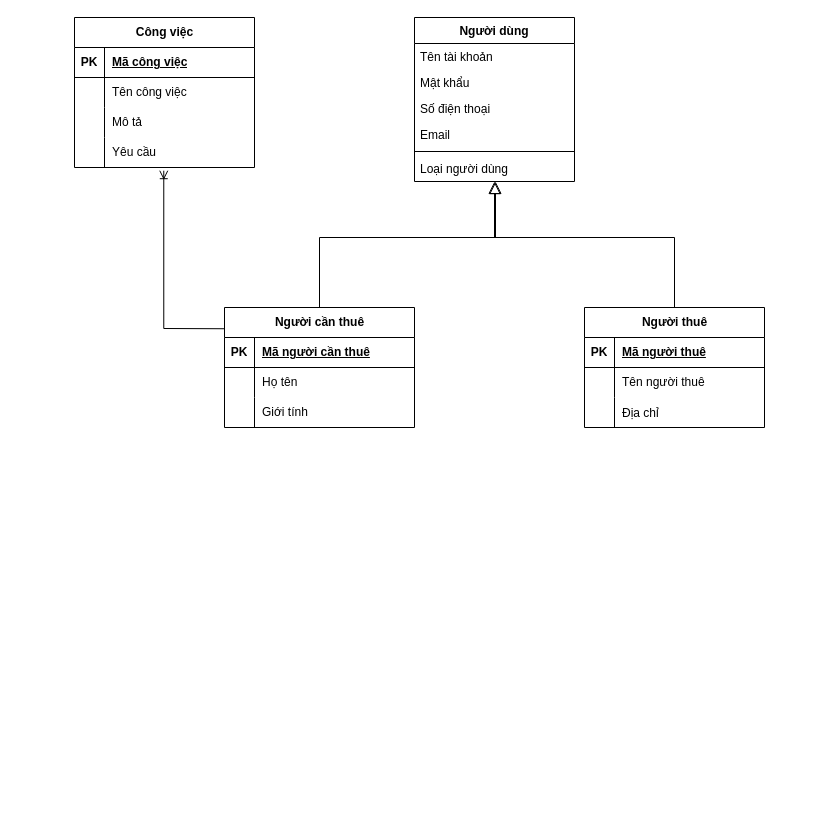
The draw.io diagram ThucThe.drawio in LeeTaDa/LeTatDat, before the edit. Source tidied: cells renumbered, new cells numbered last; positions are measured from the earlier drawing's top-left corner, leaving out a move shared by most shapes. Both pictures are drawn from the tidied source at 100%, with x=0, y=0 at pixel (74, 17).
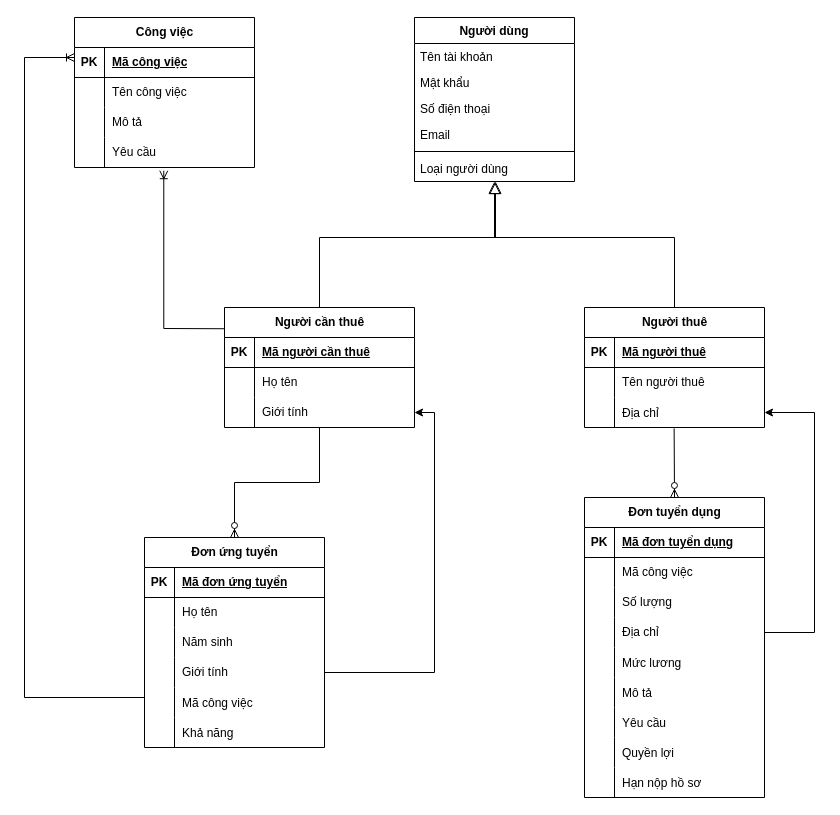
After the change.

The change refers to these unchanged cells:
```xml
<mxCell id="18" style="shape=tableRow;horizontal=0;startSize=0;swimlaneHead=0;swimlaneBody=0;fillColor=none;points=[[0,0.5],[1,0.5]];portConstraint=eastwest;top=0;left=0;right=0;bottom=0;" parent="11" vertex="1">
  <mxGeometry y="90" width="190" height="30" as="geometry" />
</mxCell>
<mxCell id="28" style="shape=tableRow;horizontal=0;startSize=0;swimlaneHead=0;swimlaneBody=0;fillColor=none;points=[[0,0.5],[1,0.5]];portConstraint=eastwest;top=0;left=0;right=0;bottom=0;" parent="21" vertex="1">
  <mxGeometry y="90" width="180" height="30" as="geometry" />
</mxCell>
```

Change to the diagram source:
```diff
@@
+    <mxCell id="45" value="Đơn tuyển dụng" style="shape=table;startSize=30;childLayout=tableLayout;rowLines=0;fontStyle=1;align=center;html=1;" parent="1" vertex="1">
+      <mxGeometry x="510" y="480" width="180" height="300" as="geometry" />
+    </mxCell>
+    <mxCell id="46" style="shape=tableRow;horizontal=0;startSize=0;swimlaneHead=0;swimlaneBody=0;fillColor=none;top=0;left=0;right=0;bottom=1;" parent="45" vertex="1">
+      <mxGeometry y="30" width="180" height="30" as="geometry" />
+    </mxCell>
+    <mxCell id="47" value="PK" style="shape=partialRectangle;fillColor=none;top=0;left=0;bottom=0;right=0;fontStyle=1;overflow=hidden;whiteSpace=wrap;html=1;" parent="46" vertex="1">
+      <mxGeometry width="30" height="30" as="geometry" />
+    </mxCell>
+    <mxCell id="48" value="Mã đơn tuyển dụng" style="shape=partialRectangle;fillColor=none;top=0;left=0;bottom=0;right=0;align=left;spacingLeft=6;fontStyle=5;overflow=hidden;whiteSpace=wrap;html=1;" parent="46" vertex="1">
+      <mxGeometry x="30" width="150" height="30" as="geometry" />
+    </mxCell>
+    <mxCell id="49" style="shape=tableRow;horizontal=0;startSize=0;swimlaneHead=0;swimlaneBody=0;fillColor=none;top=0;left=0;right=0;bottom=0;" parent="45" vertex="1">
+      <mxGeometry y="60" width="180" height="30" as="geometry" />
+    </mxCell>
+    <mxCell id="50" style="shape=partialRectangle;fillColor=none;top=0;left=0;bottom=0;right=0;overflow=hidden;whiteSpace=wrap;html=1;" parent="49" vertex="1">
+      <mxGeometry width="30" height="30" as="geometry" />
+    </mxCell>
+    <mxCell id="51" value="Mã công việc" style="shape=partialRectangle;fillColor=none;top=0;left=0;bottom=0;right=0;align=left;spacingLeft=6;overflow=hidden;whiteSpace=wrap;html=1;" parent="49" vertex="1">
+      <mxGeometry x="30" width="150" height="30" as="geometry" />
+    </mxCell>
+    <mxCell id="52" style="shape=tableRow;horizontal=0;startSize=0;swimlaneHead=0;swimlaneBody=0;fillColor=none;top=0;left=0;right=0;bottom=0;" parent="45" vertex="1">
+      <mxGeometry y="90" width="180" height="30" as="geometry" />
+    </mxCell>
+    <mxCell id="53" style="shape=partialRectangle;fillColor=none;top=0;left=0;bottom=0;right=0;overflow=hidden;whiteSpace=wrap;html=1;" parent="52" vertex="1">
+      <mxGeometry width="30" height="30" as="geometry" />
+    </mxCell>
+    <mxCell id="54" value="Số lượng&amp;nbsp;" style="shape=partialRectangle;fillColor=none;top=0;left=0;bottom=0;right=0;align=left;spacingLeft=6;overflow=hidden;whiteSpace=wrap;html=1;" parent="52" vertex="1">
+      <mxGeometry x="30" width="150" height="30" as="geometry" />
+    </mxCell>
+    <mxCell id="55" style="shape=tableRow;horizontal=0;startSize=0;swimlaneHead=0;swimlaneBody=0;fillColor=none;points=[[0,0.5],[1,0.5]];portConstraint=eastwest;top=0;left=0;right=0;bottom=0;" parent="45" vertex="1">
+      <mxGeometry y="120" width="180" height="30" as="geometry" />
+    </mxCell>
+    <mxCell id="56" style="shape=partialRectangle;fillColor=none;top=0;left=0;bottom=0;right=0;overflow=hidden;whiteSpace=wrap;html=1;" parent="55" vertex="1">
+      <mxGeometry width="30" height="30" as="geometry" />
+    </mxCell>
+    <mxCell id="57" value="Địa chỉ" style="shape=partialRectangle;fillColor=none;top=0;left=0;bottom=0;right=0;align=left;spacingLeft=6;overflow=hidden;whiteSpace=wrap;html=1;" parent="55" vertex="1">
+      <mxGeometry x="30" width="150" height="30" as="geometry" />
+    </mxCell>
+    <mxCell id="58" style="shape=tableRow;horizontal=0;startSize=0;swimlaneHead=0;swimlaneBody=0;fillColor=none;top=0;left=0;right=0;bottom=0;" parent="45" vertex="1">
+      <mxGeometry y="150" width="180" height="30" as="geometry" />
+    </mxCell>
+    <mxCell id="59" style="shape=partialRectangle;fillColor=none;top=0;left=0;bottom=0;right=0;overflow=hidden;" parent="58" vertex="1">
+      <mxGeometry width="30" height="30" as="geometry" />
+    </mxCell>
+    <mxCell id="60" value="Mức lương" style="shape=partialRectangle;fillColor=none;top=0;left=0;bottom=0;right=0;align=left;spacingLeft=6;overflow=hidden;" parent="58" vertex="1">
+      <mxGeometry x="30" width="150" height="30" as="geometry" />
+    </mxCell>
+    <mxCell id="61" style="shape=tableRow;horizontal=0;startSize=0;swimlaneHead=0;swimlaneBody=0;fillColor=none;top=0;left=0;right=0;bottom=0;" parent="45" vertex="1">
+      <mxGeometry y="180" width="180" height="30" as="geometry" />
+    </mxCell>
+    <mxCell id="62" style="shape=partialRectangle;fillColor=none;top=0;left=0;bottom=0;right=0;overflow=hidden;" parent="61" vertex="1">
+      <mxGeometry width="30" height="30" as="geometry" />
+    </mxCell>
+    <mxCell id="63" value="Mô tả" style="shape=partialRectangle;fillColor=none;top=0;left=0;bottom=0;right=0;align=left;spacingLeft=6;overflow=hidden;" parent="61" vertex="1">
+      <mxGeometry x="30" width="150" height="30" as="geometry" />
+    </mxCell>
+    <mxCell id="64" style="shape=tableRow;horizontal=0;startSize=0;swimlaneHead=0;swimlaneBody=0;fillColor=none;top=0;left=0;right=0;bottom=0;" parent="45" vertex="1">
+      <mxGeometry y="210" width="180" height="30" as="geometry" />
+    </mxCell>
+    <mxCell id="65" style="shape=partialRectangle;fillColor=none;top=0;left=0;bottom=0;right=0;overflow=hidden;" parent="64" vertex="1">
+      <mxGeometry width="30" height="30" as="geometry" />
+    </mxCell>
+    <mxCell id="66" value="Yêu cầu" style="shape=partialRectangle;fillColor=none;top=0;left=0;bottom=0;right=0;align=left;spacingLeft=6;overflow=hidden;" parent="64" vertex="1">
+      <mxGeometry x="30" width="150" height="30" as="geometry" />
+    </mxCell>
+    <mxCell id="67" style="shape=tableRow;horizontal=0;startSize=0;swimlaneHead=0;swimlaneBody=0;fillColor=none;top=0;left=0;right=0;bottom=0;" parent="45" vertex="1">
+      <mxGeometry y="240" width="180" height="30" as="geometry" />
+    </mxCell>
+    <mxCell id="68" style="shape=partialRectangle;fillColor=none;top=0;left=0;bottom=0;right=0;overflow=hidden;" parent="67" vertex="1">
+      <mxGeometry width="30" height="30" as="geometry" />
+    </mxCell>
+    <mxCell id="69" value="Quyền lợi" style="shape=partialRectangle;fillColor=none;top=0;left=0;bottom=0;right=0;align=left;spacingLeft=6;overflow=hidden;" parent="67" vertex="1">
+      <mxGeometry x="30" width="150" height="30" as="geometry" />
+    </mxCell>
+    <mxCell id="70" style="shape=tableRow;horizontal=0;startSize=0;swimlaneHead=0;swimlaneBody=0;fillColor=none;top=0;left=0;right=0;bottom=0;" parent="45" vertex="1">
+      <mxGeometry y="270" width="180" height="30" as="geometry" />
+    </mxCell>
+    <mxCell id="71" style="shape=partialRectangle;fillColor=none;top=0;left=0;bottom=0;right=0;overflow=hidden;" parent="70" vertex="1">
+      <mxGeometry width="30" height="30" as="geometry" />
+    </mxCell>
+    <mxCell id="72" value="Hạn nộp hồ sơ" style="shape=partialRectangle;fillColor=none;top=0;left=0;bottom=0;right=0;align=left;spacingLeft=6;overflow=hidden;" parent="70" vertex="1">
+      <mxGeometry x="30" width="150" height="30" as="geometry" />
+    </mxCell>
+    <mxCell id="73" style="fontSize=12;html=1;endArrow=ERzeroToMany;endFill=1;rounded=0;entryX=0.5;entryY=0;entryDx=0;entryDy=0;exitX=0.498;exitY=1.029;exitDx=0;exitDy=0;exitPerimeter=0;" parent="1" edge="1" source="28" target="45">
+      <mxGeometry relative="1" as="geometry" />
+    </mxCell>
+    <mxCell id="74" style="edgeStyle=elbowEdgeStyle;rounded=0;jettySize=auto;html=1;entryX=1;entryY=0.5;entryDx=0;entryDy=0;elbow=vertical;" parent="1" edge="1" source="55" target="28">
+      <mxGeometry relative="1" as="geometry">
+        <Array as="points">
+          <mxPoint x="740" y="498" />
+        </Array>
+      </mxGeometry>
+    </mxCell>
+    <mxCell id="75" value="Đơn ứng tuyển" style="shape=table;startSize=30;childLayout=tableLayout;rowLines=0;fontStyle=1;align=center;html=1;" parent="1" vertex="1">
+      <mxGeometry x="70" y="520" width="180" height="210" as="geometry" />
+    </mxCell>
+    <mxCell id="76" style="shape=tableRow;horizontal=0;startSize=0;swimlaneHead=0;swimlaneBody=0;fillColor=none;top=0;left=0;right=0;bottom=1;" parent="75" vertex="1">
+      <mxGeometry y="30" width="180" height="30" as="geometry" />
+    </mxCell>
+    <mxCell id="77" value="PK" style="shape=partialRectangle;fillColor=none;top=0;left=0;bottom=0;right=0;fontStyle=1;overflow=hidden;whiteSpace=wrap;html=1;" parent="76" vertex="1">
+      <mxGeometry width="30" height="30" as="geometry" />
+    </mxCell>
+    <mxCell id="78" value="Mã đơn ứng tuyển" style="shape=partialRectangle;fillColor=none;top=0;left=0;bottom=0;right=0;align=left;spacingLeft=6;fontStyle=5;overflow=hidden;whiteSpace=wrap;html=1;" parent="76" vertex="1">
+      <mxGeometry x="30" width="150" height="30" as="geometry" />
+    </mxCell>
+    <mxCell id="79" style="shape=tableRow;horizontal=0;startSize=0;swimlaneHead=0;swimlaneBody=0;fillColor=none;top=0;left=0;right=0;bottom=0;" parent="75" vertex="1">
+      <mxGeometry y="60" width="180" height="30" as="geometry" />
+    </mxCell>
+    <mxCell id="80" style="shape=partialRectangle;fillColor=none;top=0;left=0;bottom=0;right=0;overflow=hidden;whiteSpace=wrap;html=1;" parent="79" vertex="1">
+      <mxGeometry width="30" height="30" as="geometry" />
+    </mxCell>
+    <mxCell id="81" value="Họ tên" style="shape=partialRectangle;fillColor=none;top=0;left=0;bottom=0;right=0;align=left;spacingLeft=6;overflow=hidden;whiteSpace=wrap;html=1;" parent="79" vertex="1">
+      <mxGeometry x="30" width="150" height="30" as="geometry" />
+    </mxCell>
+    <mxCell id="82" style="shape=tableRow;horizontal=0;startSize=0;swimlaneHead=0;swimlaneBody=0;fillColor=none;top=0;left=0;right=0;bottom=0;" parent="75" vertex="1">
+      <mxGeometry y="90" width="180" height="30" as="geometry" />
+    </mxCell>
+    <mxCell id="83" style="shape=partialRectangle;fillColor=none;top=0;left=0;bottom=0;right=0;overflow=hidden;whiteSpace=wrap;html=1;" parent="82" vertex="1">
+      <mxGeometry width="30" height="30" as="geometry" />
+    </mxCell>
+    <mxCell id="84" value="Năm sinh" style="shape=partialRectangle;fillColor=none;top=0;left=0;bottom=0;right=0;align=left;spacingLeft=6;overflow=hidden;whiteSpace=wrap;html=1;" parent="82" vertex="1">
+      <mxGeometry x="30" width="150" height="30" as="geometry" />
+    </mxCell>
+    <mxCell id="85" style="shape=tableRow;horizontal=0;startSize=0;swimlaneHead=0;swimlaneBody=0;fillColor=none;points=[[0,0.5],[1,0.5]];portConstraint=eastwest;top=0;left=0;right=0;bottom=0;" parent="75" vertex="1">
+      <mxGeometry y="120" width="180" height="30" as="geometry" />
+    </mxCell>
+    <mxCell id="86" style="shape=partialRectangle;fillColor=none;top=0;left=0;bottom=0;right=0;overflow=hidden;whiteSpace=wrap;html=1;" parent="85" vertex="1">
+      <mxGeometry width="30" height="30" as="geometry" />
+    </mxCell>
+    <mxCell id="87" value="Giới tính" style="shape=partialRectangle;fillColor=none;top=0;left=0;bottom=0;right=0;align=left;spacingLeft=6;overflow=hidden;whiteSpace=wrap;html=1;" parent="85" vertex="1">
+      <mxGeometry x="30" width="150" height="30" as="geometry" />
+    </mxCell>
+    <mxCell id="88" style="shape=tableRow;horizontal=0;startSize=0;swimlaneHead=0;swimlaneBody=0;fillColor=none;top=0;left=0;right=0;bottom=0;" parent="75" vertex="1">
+      <mxGeometry y="150" width="180" height="30" as="geometry" />
+    </mxCell>
+    <mxCell id="89" style="shape=partialRectangle;fillColor=none;top=0;left=0;bottom=0;right=0;overflow=hidden;" parent="88" vertex="1">
+      <mxGeometry width="30" height="30" as="geometry" />
+    </mxCell>
+    <mxCell id="90" value="Mã công việc" style="shape=partialRectangle;fillColor=none;top=0;left=0;bottom=0;right=0;align=left;spacingLeft=6;overflow=hidden;" parent="88" vertex="1">
+      <mxGeometry x="30" width="150" height="30" as="geometry" />
+    </mxCell>
+    <mxCell id="91" style="shape=tableRow;horizontal=0;startSize=0;swimlaneHead=0;swimlaneBody=0;fillColor=none;top=0;left=0;right=0;bottom=0;" parent="75" vertex="1">
+      <mxGeometry y="180" width="180" height="30" as="geometry" />
+    </mxCell>
+    <mxCell id="92" style="shape=partialRectangle;fillColor=none;top=0;left=0;bottom=0;right=0;overflow=hidden;" parent="91" vertex="1">
+      <mxGeometry width="30" height="30" as="geometry" />
+    </mxCell>
+    <mxCell id="93" value="Khả năng" style="shape=partialRectangle;fillColor=none;top=0;left=0;bottom=0;right=0;align=left;spacingLeft=6;overflow=hidden;" parent="91" vertex="1">
+      <mxGeometry x="30" width="150" height="30" as="geometry" />
+    </mxCell>
+    <mxCell id="94" style="edgeStyle=orthogonalEdgeStyle;fontSize=12;html=1;endArrow=ERoneToMany;rounded=0;entryX=0;entryY=0.5;entryDx=0;entryDy=0;exitX=0;exitY=0.5;exitDx=0;exitDy=0;" parent="1" edge="1">
+      <mxGeometry relative="1" as="geometry">
+        <mxPoint x="70" y="680" as="sourcePoint" />
+        <mxPoint y="40" as="targetPoint" />
+        <Array as="points">
+          <mxPoint x="-50" y="680" />
+          <mxPoint x="-50" y="40" />
+        </Array>
+      </mxGeometry>
+    </mxCell>
+    <mxCell id="95" style="edgeStyle=elbowEdgeStyle;fontSize=12;html=1;endArrow=ERzeroToMany;endFill=1;rounded=0;entryX=0.5;entryY=0;entryDx=0;entryDy=0;elbow=vertical;" parent="1" edge="1" source="18" target="75">
+      <mxGeometry relative="1" as="geometry" />
+    </mxCell>
+    <mxCell id="96" style="edgeStyle=orthogonalEdgeStyle;rounded=0;jettySize=auto;html=1;entryX=1;entryY=0.5;entryDx=0;entryDy=0;" parent="1" edge="1" source="85" target="18">
+      <mxGeometry relative="1" as="geometry" />
+    </mxCell>
```
